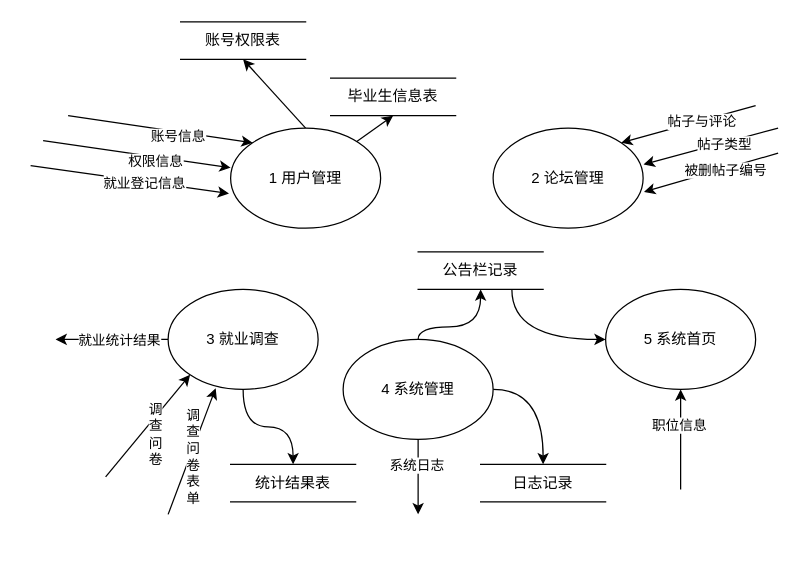
Earlier version of the draw.io diagram 数据流图0.drawio (Ringo-linqin/drawio). Source tidied: cells renumbered, new cells numbered last; positions are measured from the earlier drawing's top-left corner, leaving out a move shared by most shapes. Both pictures are drawn from the tidied source at 125%, with x=0, y=0 at pixel (30, 21).
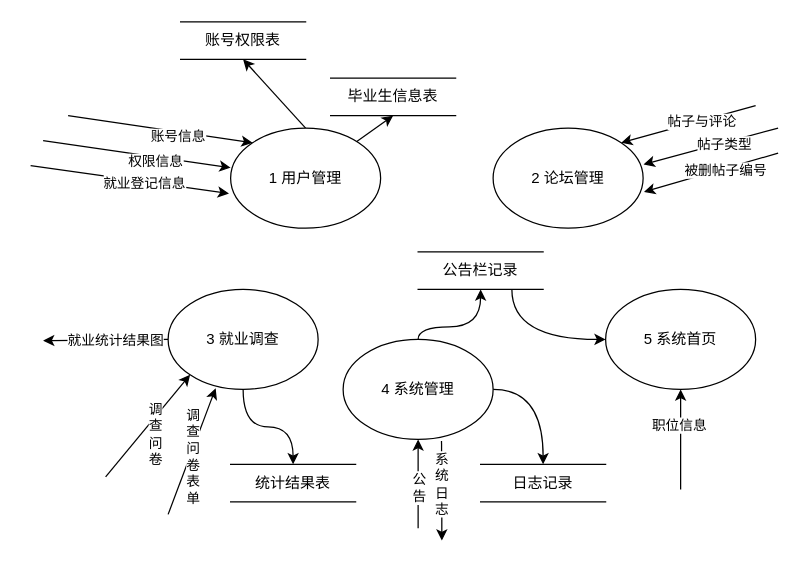
Above is the later version.

Commit message:
更新数据流图0.drawio

The change refers to these unchanged cells:
```xml
<mxCell id="14" value="3 就业调查" style="shape=ellipse;html=1;dashed=0;whiteSpace=wrap;perimeter=ellipsePerimeter;" parent="1" vertex="1">
  <mxGeometry x="110" y="214" width="120" height="80" as="geometry" />
</mxCell>
<mxCell id="19" value="4 系统管理" style="shape=ellipse;html=1;dashed=0;whiteSpace=wrap;perimeter=ellipsePerimeter;" parent="1" vertex="1">
  <mxGeometry x="250" y="254" width="120" height="80" as="geometry" />
</mxCell>
```

Diff of the diagram source:
```diff
@@
     <mxCell id="11" style="rounded=0;jettySize=auto;html=1;exitX=0;exitY=0.5;exitDx=0;exitDy=0;" parent="1" edge="1" source="14">
       <mxGeometry relative="1" as="geometry">
-        <mxPoint x="20" y="254" as="targetPoint" />
+        <mxPoint x="10" y="255" as="targetPoint" />
       </mxGeometry>
     </mxCell>
-    <mxCell id="12" value="就业统计结果" style="edgeLabel;html=1;align=center;verticalAlign=middle;" parent="11" vertex="1">
+    <mxCell id="12" value="就业统计结果图" style="edgeLabel;html=1;align=center;verticalAlign=middle;" parent="11" vertex="1">
       <mxGeometry x="-0.34" y="1" relative="1" as="geometry">
         <mxPoint x="-10" y="-1" as="offset" />
       </mxGeometry>
     </mxCell>
@@
-    <mxCell id="16" style="edgeStyle=none;rounded=0;jettySize=auto;html=1;exitX=0.5;exitY=1;exitDx=0;exitDy=0;" parent="1" edge="1" source="19">
+    <mxCell id="16" style="edgeStyle=none;rounded=0;jettySize=auto;html=1;exitX=0.656;exitY=1.017;exitDx=0;exitDy=0;exitPerimeter=0;" parent="1" edge="1" source="19">
       <mxGeometry relative="1" as="geometry">
-        <mxPoint x="310" y="394" as="targetPoint" />
+        <mxPoint x="329" y="415" as="targetPoint" />
       </mxGeometry>
     </mxCell>
-    <mxCell id="17" value="系统日志" style="edgeLabel;html=1;align=center;verticalAlign=middle;" parent="16" vertex="1">
-      <mxGeometry x="-0.34" y="-2" relative="1" as="geometry" />
+    <mxCell id="17" value="系&lt;br&gt;统&lt;br&gt;日&lt;br&gt;志" style="edgeLabel;html=1;align=center;verticalAlign=middle;" parent="16" vertex="1">
+      <mxGeometry x="-0.34" y="-2" relative="1" as="geometry">
+        <mxPoint x="2" y="8" as="offset" />
+      </mxGeometry>
     </mxCell>
@@
+    <mxCell id="40" style="edgeStyle=none;rounded=0;jettySize=auto;html=1;entryX=0.5;entryY=1;entryDx=0;entryDy=0;" parent="1" edge="1" target="19">
+      <mxGeometry relative="1" as="geometry">
+        <mxPoint x="310" y="405" as="sourcePoint" />
+      </mxGeometry>
+    </mxCell>
+    <mxCell id="41" value="公&lt;br&gt;告" style="edgeLabel;html=1;align=center;verticalAlign=middle;" parent="40" vertex="1">
+      <mxGeometry x="0.37" relative="1" as="geometry">
+        <mxPoint y="16" as="offset" />
+      </mxGeometry>
+    </mxCell>
```
